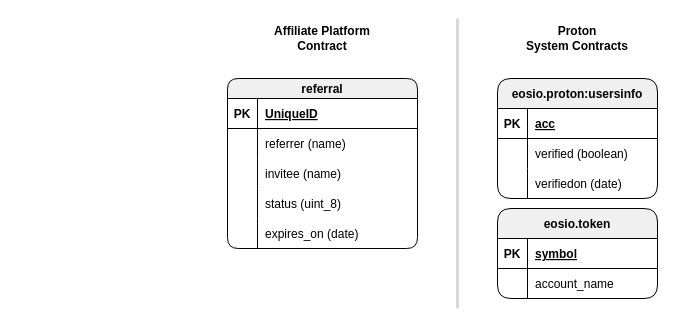
Before: page "Data Model" (2 of 2) of docs/services.drawio in edenia/proton-affiliate, a draw.io diagram. Source tidied: cells renumbered, new cells numbered last; positions are measured from the earlier drawing's top-left corner, leaving out a move shared by most shapes. Both pictures are drawn from the tidied source at 100%, with x=0, y=0 at pixel (227, 18).
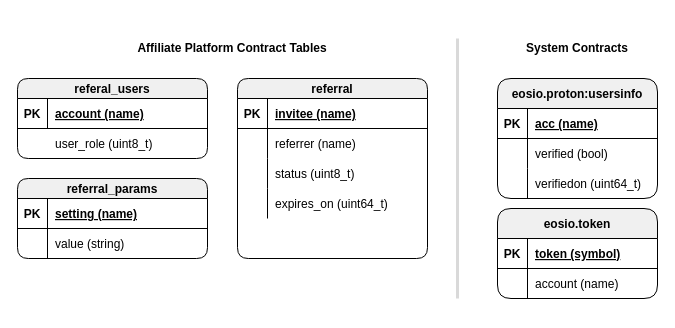
Above is the later version.

Commit message (it also covers changes not shown here):
feat(contracts): update data model

Unchanged cells that the change refers to:
```xml
<mxCell id="3" style="shape=partialRectangle;fillColor=none;top=0;left=0;bottom=1;right=0;" parent="2" vertex="1">
  <mxGeometry y="20" width="190" height="30" as="geometry" />
</mxCell>
<mxCell id="19" style="shape=partialRectangle;fillColor=none;top=0;left=0;bottom=1;right=0;" parent="18" vertex="1">
  <mxGeometry y="30" width="160" height="30" as="geometry" />
</mxCell>
<mxCell id="22" style="shape=partialRectangle;fillColor=none;top=0;left=0;bottom=0;right=0;" parent="18" vertex="1">
  <mxGeometry y="60" width="160" height="30" as="geometry" />
</mxCell>
<mxCell id="26" style="shape=partialRectangle;fillColor=none;top=0;left=0;bottom=1;right=0;" parent="25" vertex="1">
  <mxGeometry y="30" width="160" height="30" as="geometry" />
</mxCell>
<mxCell id="29" style="shape=partialRectangle;fillColor=none;top=0;left=0;bottom=0;right=0;" parent="25" vertex="1">
  <mxGeometry y="60" width="160" height="30" as="geometry" />
</mxCell>
<mxCell id="32" style="shape=partialRectangle;fillColor=none;top=0;left=0;bottom=0;right=0;" parent="25" vertex="1">
  <mxGeometry y="90" width="160" height="30" as="geometry" />
</mxCell>
```

Change to the diagram source:
```diff
@@
     <mxCell id="2" value="referral" style="shape=table;startSize=20;childLayout=tableLayout;rowLines=0;fontStyle=1;align=center;rounded=1;shadow=0;glass=0;sketch=0;arcSize=18;fillColor=#F0F0F0;" parent="1" vertex="1">
-      <mxGeometry y="60" width="190" height="170" as="geometry" />
+      <mxGeometry x="10" y="60" width="190" height="180" as="geometry" />
     </mxCell>
@@
-    <mxCell id="5" value="UniqueID" style="shape=partialRectangle;fillColor=none;top=0;left=0;bottom=0;right=0;align=left;spacingLeft=6;fontStyle=5;overflow=hidden;" parent="3" vertex="1">
+    <mxCell id="5" value="invitee (name)" style="shape=partialRectangle;fillColor=none;top=0;left=0;bottom=0;right=0;align=left;spacingLeft=6;fontStyle=5;overflow=hidden;" parent="3" vertex="1">
       <mxGeometry x="30" width="160" height="30" as="geometry" />
     </mxCell>
@@
-    <mxCell id="9" style="shape=partialRectangle;fillColor=none;top=0;left=0;bottom=0;right=0;" parent="2" vertex="1">
-      <mxGeometry y="80" width="190" height="30" as="geometry" />
-    </mxCell>
-    <mxCell id="10" style="shape=partialRectangle;fillColor=none;top=0;left=0;bottom=0;right=0;overflow=hidden;" parent="9" vertex="1">
-      <mxGeometry width="30" height="30" as="geometry" />
-    </mxCell>
-    <mxCell id="11" value="invitee (name)" style="shape=partialRectangle;fillColor=none;top=0;left=0;bottom=0;right=0;align=left;spacingLeft=6;overflow=hidden;" parent="9" vertex="1">
-      <mxGeometry x="30" width="160" height="30" as="geometry" />
-    </mxCell>
     <mxCell id="12" style="shape=partialRectangle;fillColor=none;top=0;left=0;bottom=0;right=0;" parent="2" vertex="1">
-      <mxGeometry y="110" width="190" height="30" as="geometry" />
+      <mxGeometry y="80" width="190" height="30" as="geometry" />
     </mxCell>
@@
-    <mxCell id="14" value="status (uint_8)" style="shape=partialRectangle;fillColor=none;top=0;left=0;bottom=0;right=0;align=left;spacingLeft=6;overflow=hidden;" parent="12" vertex="1">
+    <mxCell id="14" value="status (uint8_t)" style="shape=partialRectangle;fillColor=none;top=0;left=0;bottom=0;right=0;align=left;spacingLeft=6;overflow=hidden;" parent="12" vertex="1">
       <mxGeometry x="30" width="160" height="30" as="geometry" />
     </mxCell>
     <mxCell id="15" style="shape=partialRectangle;fillColor=none;top=0;left=0;bottom=0;right=0;" parent="2" vertex="1">
-      <mxGeometry y="140" width="190" height="30" as="geometry" />
+      <mxGeometry y="110" width="190" height="30" as="geometry" />
     </mxCell>
@@
-    <mxCell id="17" value="expires_on (date)" style="shape=partialRectangle;fillColor=none;top=0;left=0;bottom=0;right=0;align=left;spacingLeft=6;overflow=hidden;" parent="15" vertex="1">
+    <mxCell id="17" value="expires_on (uint64_t)" style="shape=partialRectangle;fillColor=none;top=0;left=0;bottom=0;right=0;align=left;spacingLeft=6;overflow=hidden;" parent="15" vertex="1">
       <mxGeometry x="30" width="160" height="30" as="geometry" />
     </mxCell>
@@
-    <mxCell id="21" value="symbol" style="shape=partialRectangle;fillColor=none;top=0;left=0;bottom=0;right=0;align=left;spacingLeft=6;fontStyle=5;overflow=hidden;" parent="19" vertex="1">
+    <mxCell id="21" value="token (symbol)" style="shape=partialRectangle;fillColor=none;top=0;left=0;bottom=0;right=0;align=left;spacingLeft=6;fontStyle=5;overflow=hidden;" parent="19" vertex="1">
       <mxGeometry x="30" width="130" height="30" as="geometry" />
     </mxCell>
@@
-    <mxCell id="24" value="account_name" style="shape=partialRectangle;fillColor=none;top=0;left=0;bottom=0;right=0;align=left;spacingLeft=6;overflow=hidden;" parent="22" vertex="1">
+    <mxCell id="24" value="account (name)" style="shape=partialRectangle;fillColor=none;top=0;left=0;bottom=0;right=0;align=left;spacingLeft=6;overflow=hidden;" parent="22" vertex="1">
       <mxGeometry x="30" width="130" height="30" as="geometry" />
     </mxCell>
@@
-    <mxCell id="28" value="acc" style="shape=partialRectangle;fillColor=none;top=0;left=0;bottom=0;right=0;align=left;spacingLeft=6;fontStyle=5;overflow=hidden;" parent="26" vertex="1">
+    <mxCell id="28" value="acc (name)" style="shape=partialRectangle;fillColor=none;top=0;left=0;bottom=0;right=0;align=left;spacingLeft=6;fontStyle=5;overflow=hidden;" parent="26" vertex="1">
       <mxGeometry x="30" width="130" height="30" as="geometry" />
     </mxCell>
@@
-    <mxCell id="31" value="verified (boolean)" style="shape=partialRectangle;fillColor=none;top=0;left=0;bottom=0;right=0;align=left;spacingLeft=6;overflow=hidden;" parent="29" vertex="1">
+    <mxCell id="31" value="verified (bool)" style="shape=partialRectangle;fillColor=none;top=0;left=0;bottom=0;right=0;align=left;spacingLeft=6;overflow=hidden;" parent="29" vertex="1">
       <mxGeometry x="30" width="130" height="30" as="geometry" />
     </mxCell>
@@
-    <mxCell id="34" value="verifiedon (date)" style="shape=partialRectangle;fillColor=none;top=0;left=0;bottom=0;right=0;align=left;spacingLeft=6;overflow=hidden;" parent="32" vertex="1">
+    <mxCell id="34" value="verifiedon (uint64_t)" style="shape=partialRectangle;fillColor=none;top=0;left=0;bottom=0;right=0;align=left;spacingLeft=6;overflow=hidden;" parent="32" vertex="1">
       <mxGeometry x="30" width="130" height="30" as="geometry" />
     </mxCell>
     <mxCell id="35" style="endArrow=none;html=1;strokeWidth=3;strokeColor=#D9D9D9;" parent="1" edge="1">
       <mxGeometry relative="1" as="geometry">
-        <mxPoint x="230" y="290" as="sourcePoint" />
-        <mxPoint x="230" as="targetPoint" />
+        <mxPoint x="230" y="280" as="sourcePoint" />
+        <mxPoint x="230" y="20" as="targetPoint" />
       </mxGeometry>
     </mxCell>
-    <mxCell id="36" value="Affiliate Platform&lt;br&gt;Contract" style="text;html=1;strokeColor=none;fillColor=none;align=center;verticalAlign=middle;whiteSpace=wrap;rounded=0;shadow=0;glass=0;sketch=0;fontStyle=1;" parent="1" vertex="1">
-      <mxGeometry x="10" y="10" width="170" height="20" as="geometry" />
+    <mxCell id="36" value="Affiliate Platform Contract Tables" style="text;html=1;strokeColor=none;fillColor=none;align=center;verticalAlign=middle;whiteSpace=wrap;rounded=0;shadow=0;glass=0;sketch=0;fontStyle=1;" parent="1" vertex="1">
+      <mxGeometry x="-210" y="20" width="430" height="20" as="geometry" />
     </mxCell>
-    <mxCell id="37" value="Proton&lt;br&gt;System Contracts" style="text;html=1;strokeColor=none;fillColor=none;align=center;verticalAlign=middle;whiteSpace=wrap;rounded=0;shadow=0;glass=0;sketch=0;fontStyle=1;" parent="1" vertex="1">
-      <mxGeometry x="280" y="10" width="140" height="20" as="geometry" />
+    <mxCell id="37" value="System Contracts" style="text;html=1;strokeColor=none;fillColor=none;align=center;verticalAlign=middle;whiteSpace=wrap;rounded=0;shadow=0;glass=0;sketch=0;fontStyle=1;" parent="1" vertex="1">
+      <mxGeometry x="280" y="20" width="140" height="20" as="geometry" />
     </mxCell>
+    <mxCell id="38" value="referral_params" style="shape=table;startSize=20;childLayout=tableLayout;rowLines=0;fontStyle=1;align=center;rounded=1;shadow=0;glass=0;sketch=0;arcSize=18;fillColor=#F0F0F0;" parent="1" vertex="1">
+      <mxGeometry x="-210" y="160" width="190" height="80" as="geometry" />
+    </mxCell>
+    <mxCell id="39" style="shape=partialRectangle;fillColor=none;top=0;left=0;bottom=1;right=0;" parent="38" vertex="1">
+      <mxGeometry y="20" width="190" height="30" as="geometry" />
+    </mxCell>
+    <mxCell id="40" value="PK" style="shape=partialRectangle;fillColor=none;top=0;left=0;bottom=0;right=0;fontStyle=1;overflow=hidden;" parent="39" vertex="1">
+      <mxGeometry width="30" height="30" as="geometry" />
+    </mxCell>
+    <mxCell id="41" value="setting (name)" style="shape=partialRectangle;fillColor=none;top=0;left=0;bottom=0;right=0;align=left;spacingLeft=6;fontStyle=5;overflow=hidden;" parent="39" vertex="1">
+      <mxGeometry x="30" width="160" height="30" as="geometry" />
+    </mxCell>
+    <mxCell id="42" style="shape=partialRectangle;fillColor=none;top=0;left=0;bottom=0;right=0;" parent="38" vertex="1">
+      <mxGeometry y="50" width="190" height="30" as="geometry" />
+    </mxCell>
+    <mxCell id="10" style="shape=partialRectangle;fillColor=none;top=0;left=0;bottom=0;right=0;overflow=hidden;" parent="42" vertex="1">
+      <mxGeometry width="30" height="30" as="geometry" />
+    </mxCell>
+    <mxCell id="43" value="value (string)" style="shape=partialRectangle;fillColor=none;top=0;left=0;bottom=0;right=0;align=left;spacingLeft=6;overflow=hidden;" parent="42" vertex="1">
+      <mxGeometry x="30" width="160" height="30" as="geometry" />
+    </mxCell>
+    <mxCell id="44" value="referal_users" style="shape=table;startSize=20;childLayout=tableLayout;rowLines=0;fontStyle=1;align=center;rounded=1;shadow=0;glass=0;sketch=0;arcSize=18;fillColor=#F0F0F0;" parent="1" vertex="1">
+      <mxGeometry x="-210" y="60" width="190" height="80" as="geometry" />
+    </mxCell>
+    <mxCell id="45" style="shape=partialRectangle;fillColor=none;top=0;left=0;bottom=1;right=0;" parent="44" vertex="1">
+      <mxGeometry y="20" width="190" height="30" as="geometry" />
+    </mxCell>
+    <mxCell id="46" value="PK" style="shape=partialRectangle;fillColor=none;top=0;left=0;bottom=0;right=0;fontStyle=1;overflow=hidden;" parent="45" vertex="1">
+      <mxGeometry width="30" height="30" as="geometry" />
+    </mxCell>
+    <mxCell id="47" value="account (name)" style="shape=partialRectangle;fillColor=none;top=0;left=0;bottom=0;right=0;align=left;spacingLeft=6;fontStyle=5;overflow=hidden;" parent="45" vertex="1">
+      <mxGeometry x="30" width="160" height="30" as="geometry" />
+    </mxCell>
+    <mxCell id="48" value="user_role (uint8_t)" style="shape=partialRectangle;fillColor=none;top=0;left=0;bottom=0;right=0;align=left;spacingLeft=6;overflow=hidden;" parent="1" vertex="1">
+      <mxGeometry x="-180" y="110" width="160" height="30" as="geometry" />
+    </mxCell>
```
